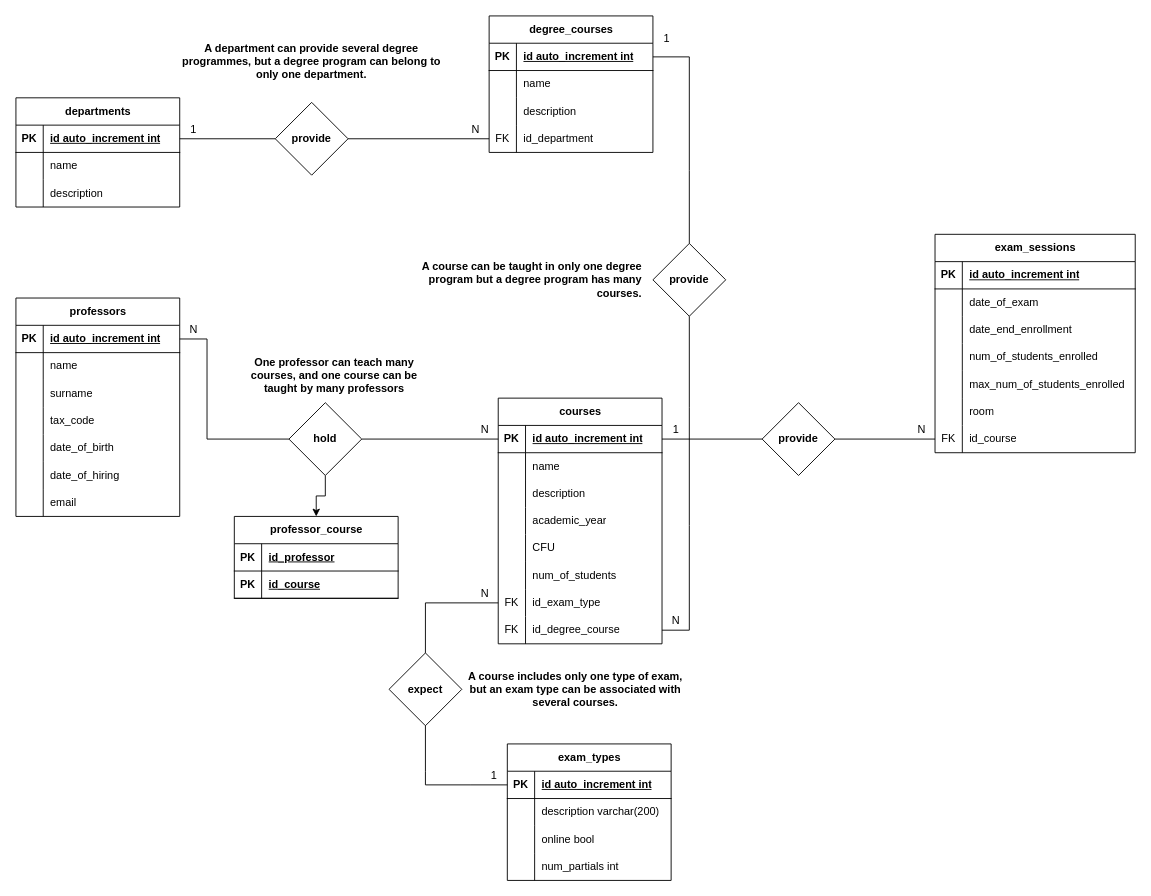
This is db_university.drawio from totarochristian/db-university, a draw.io file, before an edit. Source tidied: cells renumbered, new cells numbered last; positions are measured from the earlier drawing's top-left corner, leaving out a move shared by most shapes. Both pictures are drawn from the tidied source at 91%, with x=0, y=0 at pixel (15, 15).
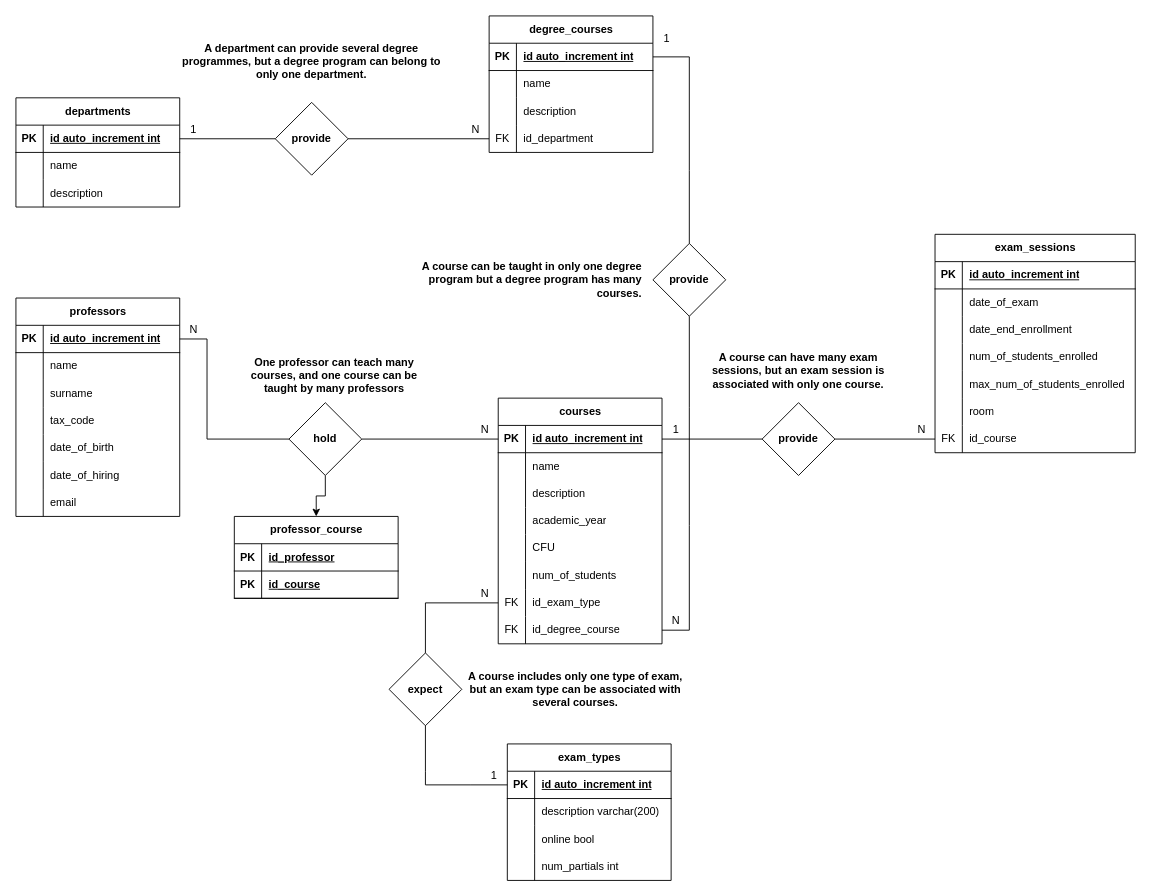
The same page after the edit.

Commit message:
Add text description to the relations between courses and exam_sessions

What changed in the source:
```diff
@@
+    <mxCell id="144" value="A course can have many exam sessions, but an exam session is associated with only one course." style="text;html=1;strokeColor=none;fillColor=none;align=center;verticalAlign=middle;whiteSpace=wrap;rounded=0;fontStyle=1;" parent="1" vertex="1">
+      <mxGeometry x="750" y="360" width="220" height="60" as="geometry" />
+    </mxCell>
```
